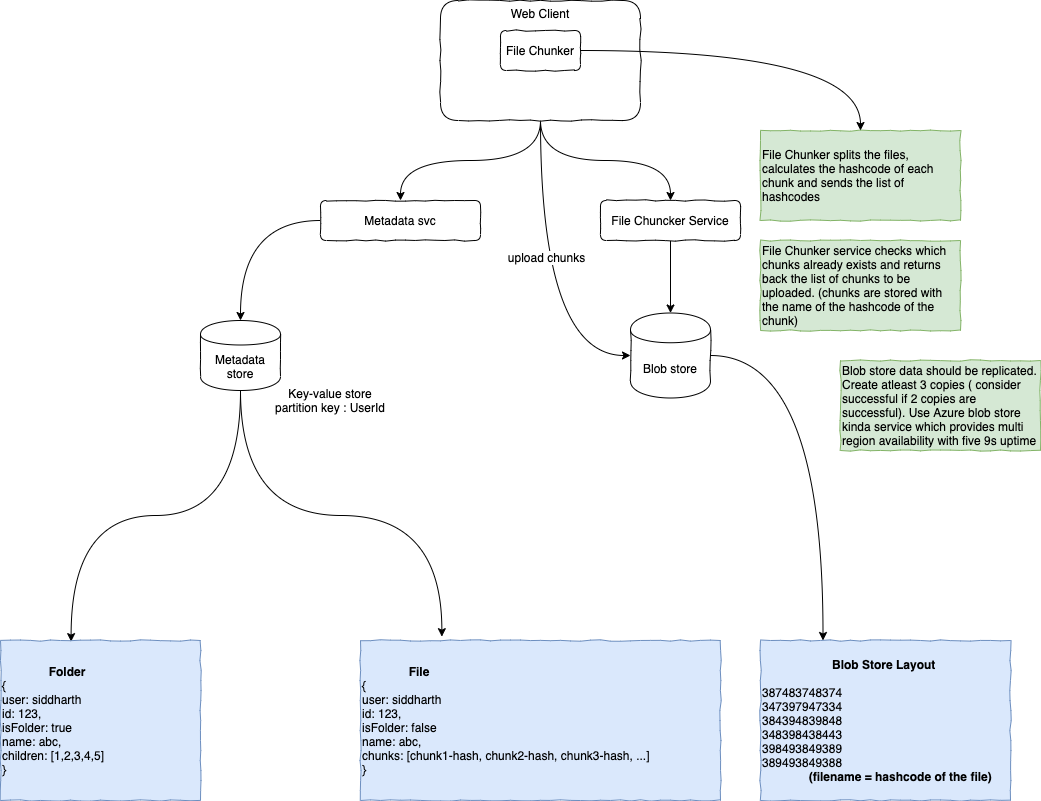
Above: design-pictures/GoogleDrive.png in spatnaik77/system-design-examples (draw.io), before the change. Source tidied: cells renumbered, new cells last; positions are measured from the earlier drawing's top-left corner, leaving out a move shared by most shapes.
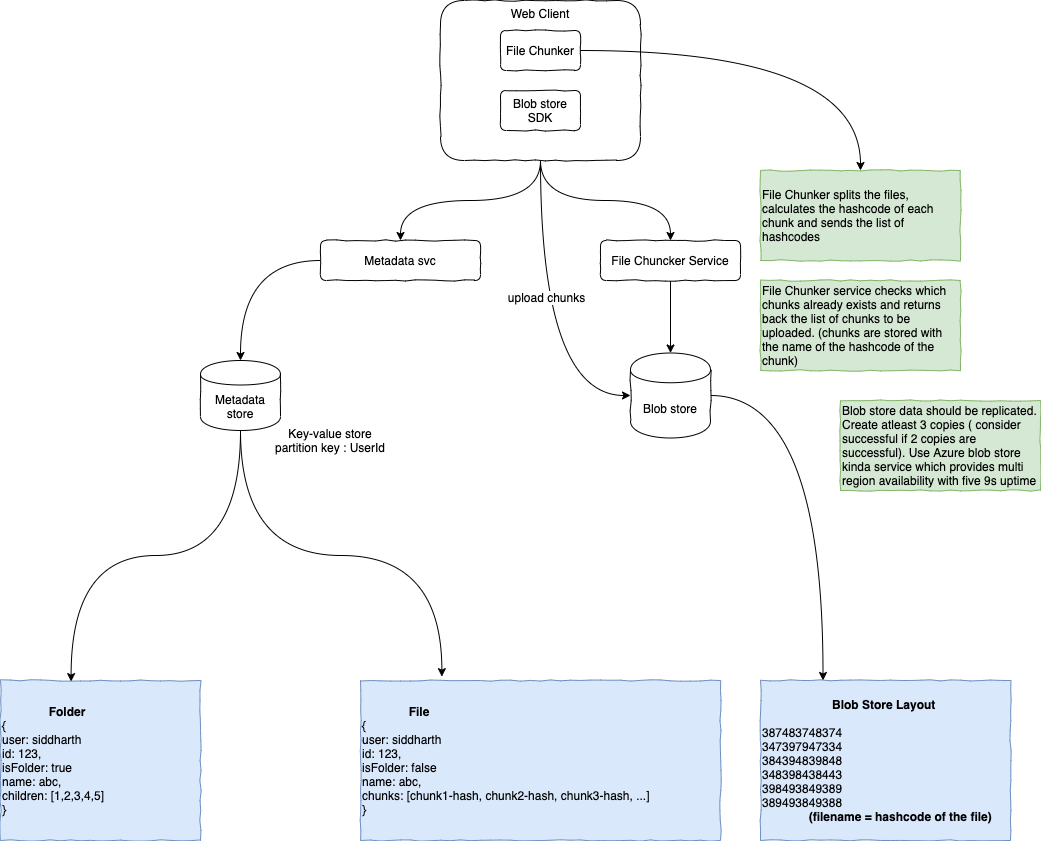
After the change.

Diff of the diagram source:
```diff
@@ -15,7 +15,7 @@
       <mxGeometry x="-0.16" y="5" relative="1" as="geometry" />
     </mxCell>
     <mxCell id="6" value="Web Client" style="rounded=1;whiteSpace=wrap;html=1;comic=1;verticalAlign=top;" parent="1" vertex="1">
-      <mxGeometry x="440" width="200" height="120" as="geometry" />
+      <mxGeometry x="440" y="-40" width="200" height="160" as="geometry" />
     </mxCell>
     <mxCell id="7" style="edgeStyle=orthogonalEdgeStyle;curved=1;jettySize=auto;html=1;entryX=0.5;entryY=0;entryDx=0;entryDy=0;startArrow=none;startFill=0;endArrow=classic;endFill=1;" parent="1" edge="1" source="8" target="11">
       <mxGeometry relative="1" as="geometry" />
@@ -54,7 +54,7 @@
       <mxGeometry relative="1" as="geometry" />
     </mxCell>
     <mxCell id="19" value="File Chunker" style="rounded=1;whiteSpace=wrap;html=1;comic=1;" parent="1" vertex="1">
-      <mxGeometry x="500" y="30" width="80" height="40" as="geometry" />
+      <mxGeometry x="500" y="-10" width="80" height="40" as="geometry" />
     </mxCell>
     <mxCell id="20" style="edgeStyle=orthogonalEdgeStyle;curved=1;jettySize=auto;html=1;startArrow=none;startFill=0;endArrow=classic;endFill=1;" parent="1" edge="1" source="21" target="13">
       <mxGeometry relative="1" as="geometry" />
@@ -71,5 +71,8 @@
     <mxCell id="24" value="Blob store data should be replicated. Create atleast 3 copies ( consider successful if 2 copies are successful). Use Azure blob store kinda service which provides multi region availability with five 9s uptime" style="text;html=1;strokeColor=#82b366;fillColor=#d5e8d4;align=left;verticalAlign=middle;whiteSpace=wrap;rounded=0;comic=1;" parent="1" vertex="1">
       <mxGeometry x="840" y="360" width="200" height="90" as="geometry" />
     </mxCell>
+    <mxCell id="25" value="Blob store SDK" style="rounded=1;whiteSpace=wrap;html=1;comic=1;" parent="1" vertex="1">
+      <mxGeometry x="500" y="50" width="80" height="40" as="geometry" />
+    </mxCell>
   </root>
 </mxGraphModel>
```
